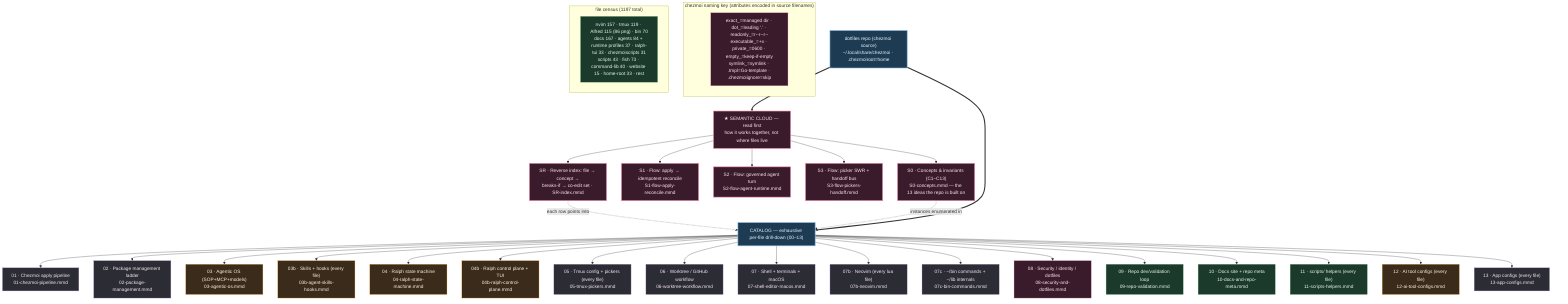
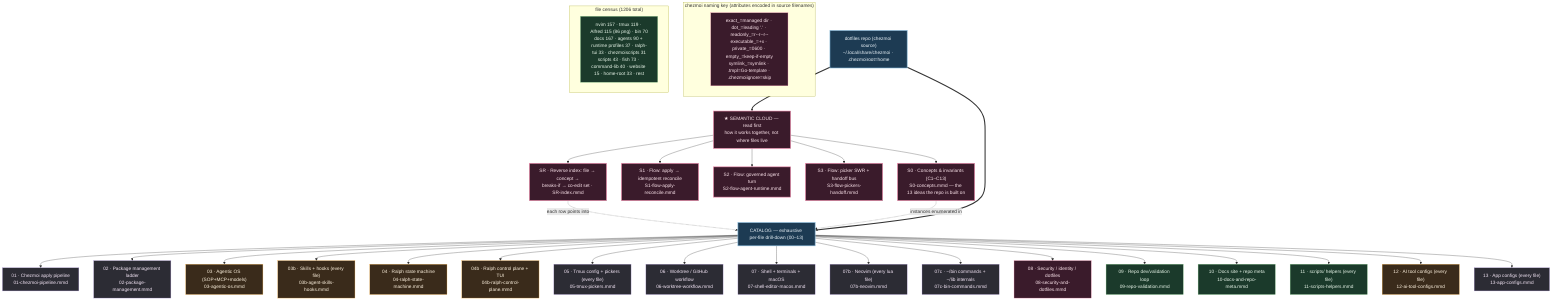
%% ============================================================================
%% 00-overview.mmd — Master navigation map for kapral18/dotfiles
%% TWO LAYERS:
%%   SEMANTIC CLOUD (read first) — how the system THINKS: concepts+invariants
%%     (S0), cross-cutting flows (S1/S2/S3), and a reverse index (SR) that maps
%%     any file to its concept, blast radius, and co-edit set.
%%   CATALOG (drill-down) — how the system is LAID OUT: 00-13 enumerate every
- %%     one of the 1197 tracked files by exact chezmoi source path.
+ %%     one of the 1206 tracked files by exact chezmoi source path.
%% `home/` is chezmoi source deployed to $HOME; scripts/tools/website/docs are
%% repo-side (NOT deployed). Each node → a deeper .mmd.
%% ============================================================================
graph TD
    classDef entry fill:#1d3b53,stroke:#7fb3d5,color:#eaf2f8,stroke-width:2px;
    classDef sys fill:#2c2c34,stroke:#b39ddb,color:#f3e5f5;
    classDef ai fill:#3a2b1b,stroke:#ffb74d,color:#fff3e0;
    classDef repo fill:#1b3a2b,stroke:#81c784,color:#e8f5e9;
    classDef data fill:#3a1b2b,stroke:#f48fb1,color:#fce4ec;
    classDef sem fill:#3a1b2b,stroke:#f48fb1,color:#fce4ec,stroke-width:2px;

    ROOT["dotfiles repo (chezmoi source)<br/>~/.local/share/chezmoi · .chezmoiroot=home"]:::entry

    %% ---- SEMANTIC LAYER (read before the catalog) --------------------------
    ROOT ==> SEMHEAD["★ SEMANTIC CLOUD — read first<br/>how it works together, not where files live"]:::sem
    SEMHEAD --> S0["S0 · Concepts & invariants (C1–C13)<br/>S0-concepts.mmd — the 13 ideas the repo is built on"]:::sem
    SEMHEAD --> S1["S1 · Flow: apply → idempotent reconcile<br/>S1-flow-apply-reconcile.mmd"]:::sem
    SEMHEAD --> S2["S2 · Flow: governed agent turn<br/>S2-flow-agent-runtime.mmd"]:::sem
    SEMHEAD --> S3["S3 · Flow: picker SWR + handoff bus<br/>S3-flow-pickers-handoff.mmd"]:::sem
    SEMHEAD --> SR["SR · Reverse index: file → concept →<br/>breaks-if → co-edit set · SR-index.mmd"]:::sem
    SR -. "each row points into" .-> CATHEAD
    S0 -. "instances enumerated in" .-> CATHEAD

    %% ---- CATALOG LAYER (exhaustive per-file drill-down) --------------------
    ROOT ==> CATHEAD["CATALOG — exhaustive per-file drill-down (00–13)"]:::entry

    CATHEAD --> CZ["01 · Chezmoi apply pipeline<br/>01-chezmoi-pipeline.mmd"]:::sys
    CATHEAD --> PKG["02 · Package management ladder<br/>02-package-management.mmd"]:::sys
    CATHEAD --> AIOS["03 · Agentic OS (SOP+MCP+models)<br/>03-agentic-os.mmd"]:::ai
    CATHEAD --> SKILLS["03b · Skills + hooks (every file)<br/>03b-agent-skills-hooks.mmd"]:::ai
    CATHEAD --> RALPH["04 · Ralph state machine<br/>04-ralph-state-machine.mmd"]:::ai
    CATHEAD --> RALPHCP["04b · Ralph control plane + TUI<br/>04b-ralph-control-plane.mmd"]:::ai
    CATHEAD --> TMUX["05 · Tmux config + pickers (every file)<br/>05-tmux-pickers.mmd"]:::sys
    CATHEAD --> WT["06 · Worktree / GitHub workflow<br/>06-worktree-workflow.mmd"]:::sys
    CATHEAD --> SEM["07 · Shell + terminals + macOS<br/>07-shell-editor-macos.mmd"]:::sys
    CATHEAD --> NVIM["07b · Neovim (every lua file)<br/>07b-neovim.mmd"]:::sys
    CATHEAD --> BIN["07c · ~/bin commands + ~/lib internals<br/>07c-bin-commands.mmd"]:::sys
    CATHEAD --> SEC["08 · Security / identity / dotfiles<br/>08-security-and-dotfiles.mmd"]:::data
    CATHEAD --> VAL["09 · Repo dev/validation loop<br/>09-repo-validation.mmd"]:::repo
    CATHEAD --> DOCS["10 · Docs site + repo meta<br/>10-docs-and-repo-meta.mmd"]:::repo
    CATHEAD --> SCRIPTS["11 · scripts/ helpers (every file)<br/>11-scripts-helpers.mmd"]:::repo
    CATHEAD --> AICFG["12 · AI tool configs (every file)<br/>12-ai-tool-configs.mmd"]:::ai
    CATHEAD --> APPS["13 · App configs (every file)<br/>13-app-configs.mmd"]:::sys

    subgraph KEY["chezmoi naming key (attributes encoded in source filenames)"]
        K1["exact_=managed dir · dot_=leading '.' · readonly_=r--r--r--<br/>executable_=+x · private_=0600 · empty_=keep-if-empty<br/>symlink_=symlink · .tmpl=Go-template · .chezmoiignore=skip"]:::data
    end

-     subgraph COUNTS["file census (1197 total)"]
-         C1["nvim 157 · tmux 119 · Alfred 115 (86 png) · bin 70<br/>docs 167 · agents 84 + runtime profiles 37 · ralph-tui 33 · chezmoiscripts 31<br/>scripts 43 · fish 73 · command-lib 40 · website 15 · home-root 33 · rest"]:::repo
+     subgraph COUNTS["file census (1206 total)"]
+         C1["nvim 157 · tmux 119 · Alfred 115 (86 png) · bin 70<br/>docs 167 · agents 90 + runtime profiles 37 · ralph-tui 33 · chezmoiscripts 31<br/>scripts 43 · fish 73 · command-lib 40 · website 15 · home-root 33 · rest"]:::repo
    end
